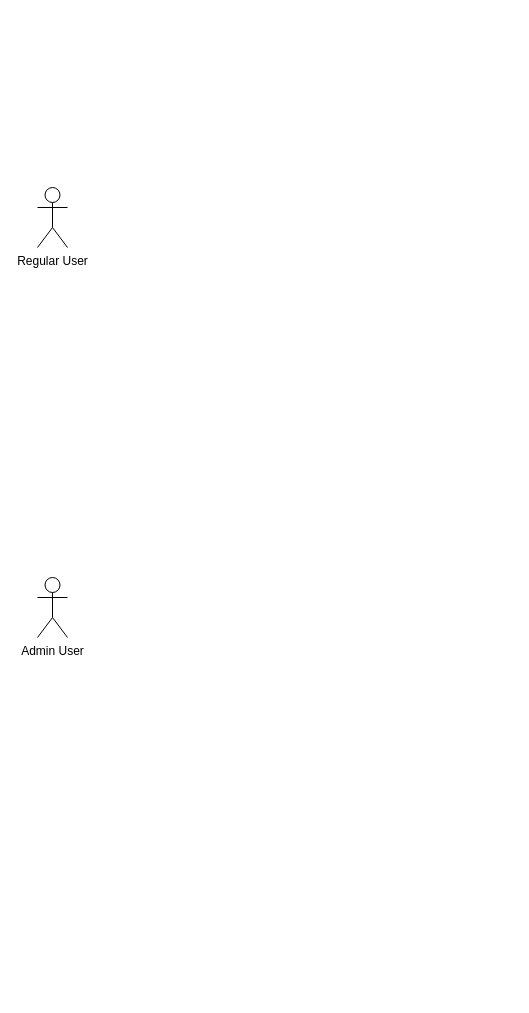
voravisha/Mern-chat-application keeps this draw.io diagram as Chat Usecase Diagram.drawio. Above is the earlier version. Source tidied: cells renumbered, new cells numbered last; positions are measured from the earlier drawing's top-left corner, leaving out a move shared by most shapes. Both pictures are drawn from the tidied source at 100%, with x=0, y=0 at pixel (37, 187).
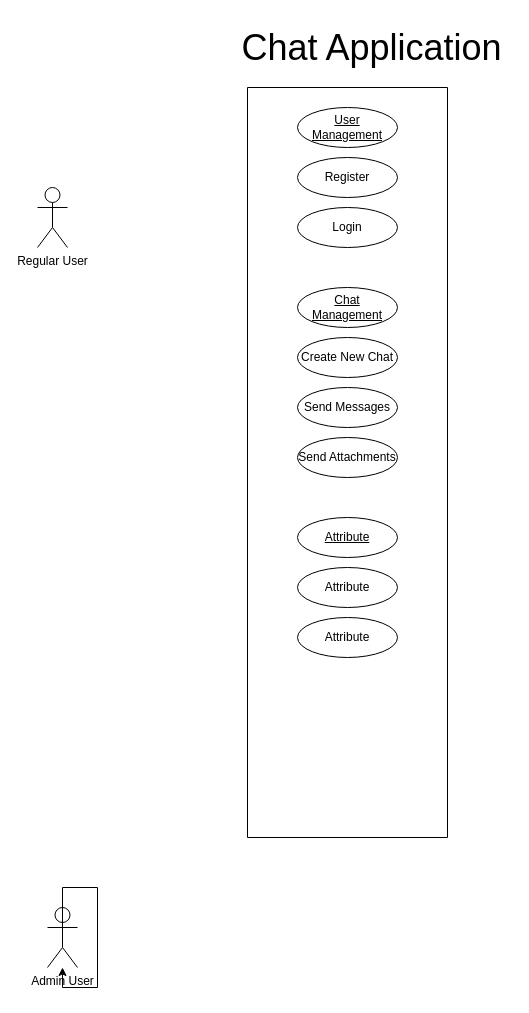
After the change.

What changed in the source:
```diff
@@
 <mxGraphModel>
   <root>
     <mxCell id="0" />
     <mxCell id="1" parent="0" />
     <mxCell id="2" value="Regular User&lt;div&gt;&lt;br&gt;&lt;/div&gt;" style="shape=umlActor;verticalLabelPosition=bottom;verticalAlign=top;html=1;outlineConnect=0;" parent="1" vertex="1">
       <mxGeometry width="30" height="60" as="geometry" />
     </mxCell>
     <mxCell id="3" value="Admin User" style="shape=umlActor;verticalLabelPosition=bottom;verticalAlign=top;html=1;outlineConnect=0;" parent="1" vertex="1">
-      <mxGeometry y="390" width="30" height="60" as="geometry" />
+      <mxGeometry x="10" y="720" width="30" height="60" as="geometry" />
     </mxCell>
     <mxCell id="4" style="endArrow=none;dashed=1;html=1;dashPattern=1 3;strokeWidth=2;rounded=0;" parent="1" edge="1" source="2">
       <mxGeometry relative="1" as="geometry">
         <mxPoint y="40" as="targetPoint" />
       </mxGeometry>
     </mxCell>
+    <mxCell id="5" value="&lt;font style=&quot;font-size: 36px;&quot;&gt;Chat Application&lt;/font&gt;" style="text;html=1;align=center;verticalAlign=middle;strokeColor=none;fillColor=none;" parent="1" vertex="1">
+      <mxGeometry x="194" y="-170" width="280" height="60" as="geometry" />
+    </mxCell>
+    <mxCell id="6" style="swimlane;startSize=0;" parent="1" vertex="1">
+      <mxGeometry x="210" y="-100" width="200" height="750" as="geometry" />
+    </mxCell>
+    <mxCell id="7" value="User Management" style="ellipse;whiteSpace=wrap;html=1;align=center;fontStyle=4;" parent="6" vertex="1">
+      <mxGeometry x="50" y="20" width="100" height="40" as="geometry" />
+    </mxCell>
+    <mxCell id="8" value="Register" style="ellipse;whiteSpace=wrap;html=1;align=center;" parent="6" vertex="1">
+      <mxGeometry x="50" y="70" width="100" height="40" as="geometry" />
+    </mxCell>
+    <mxCell id="9" value="Login" style="ellipse;whiteSpace=wrap;html=1;align=center;" parent="6" vertex="1">
+      <mxGeometry x="50" y="120" width="100" height="40" as="geometry" />
+    </mxCell>
+    <mxCell id="10" value="Chat Management" style="ellipse;whiteSpace=wrap;html=1;align=center;fontStyle=4;" parent="6" vertex="1">
+      <mxGeometry x="50" y="200" width="100" height="40" as="geometry" />
+    </mxCell>
+    <mxCell id="11" value="Create New Chat" style="ellipse;whiteSpace=wrap;html=1;align=center;" parent="6" vertex="1">
+      <mxGeometry x="50" y="250" width="100" height="40" as="geometry" />
+    </mxCell>
+    <mxCell id="12" value="Send Messages" style="ellipse;whiteSpace=wrap;html=1;align=center;" parent="6" vertex="1">
+      <mxGeometry x="50" y="300" width="100" height="40" as="geometry" />
+    </mxCell>
+    <mxCell id="13" value="Send Attachments" style="ellipse;whiteSpace=wrap;html=1;align=center;" parent="6" vertex="1">
+      <mxGeometry x="50" y="350" width="100" height="40" as="geometry" />
+    </mxCell>
+    <mxCell id="14" value="Attribute" style="ellipse;whiteSpace=wrap;html=1;align=center;fontStyle=4;" parent="6" vertex="1">
+      <mxGeometry x="50" y="430" width="100" height="40" as="geometry" />
+    </mxCell>
+    <mxCell id="15" value="Attribute" style="ellipse;whiteSpace=wrap;html=1;align=center;" parent="6" vertex="1">
+      <mxGeometry x="50" y="480" width="100" height="40" as="geometry" />
+    </mxCell>
+    <mxCell id="16" value="Attribute" style="ellipse;whiteSpace=wrap;html=1;align=center;" parent="6" vertex="1">
+      <mxGeometry x="50" y="530" width="100" height="40" as="geometry" />
+    </mxCell>
+    <mxCell id="17" style="edgeStyle=orthogonalEdgeStyle;rounded=0;orthogonalLoop=1;jettySize=auto;html=1;exitX=0.5;exitY=0.5;exitDx=0;exitDy=0;exitPerimeter=0;" parent="1" edge="1" source="3" target="3">
+      <mxGeometry relative="1" as="geometry" />
+    </mxCell>
   </root>
 </mxGraphModel>
```
